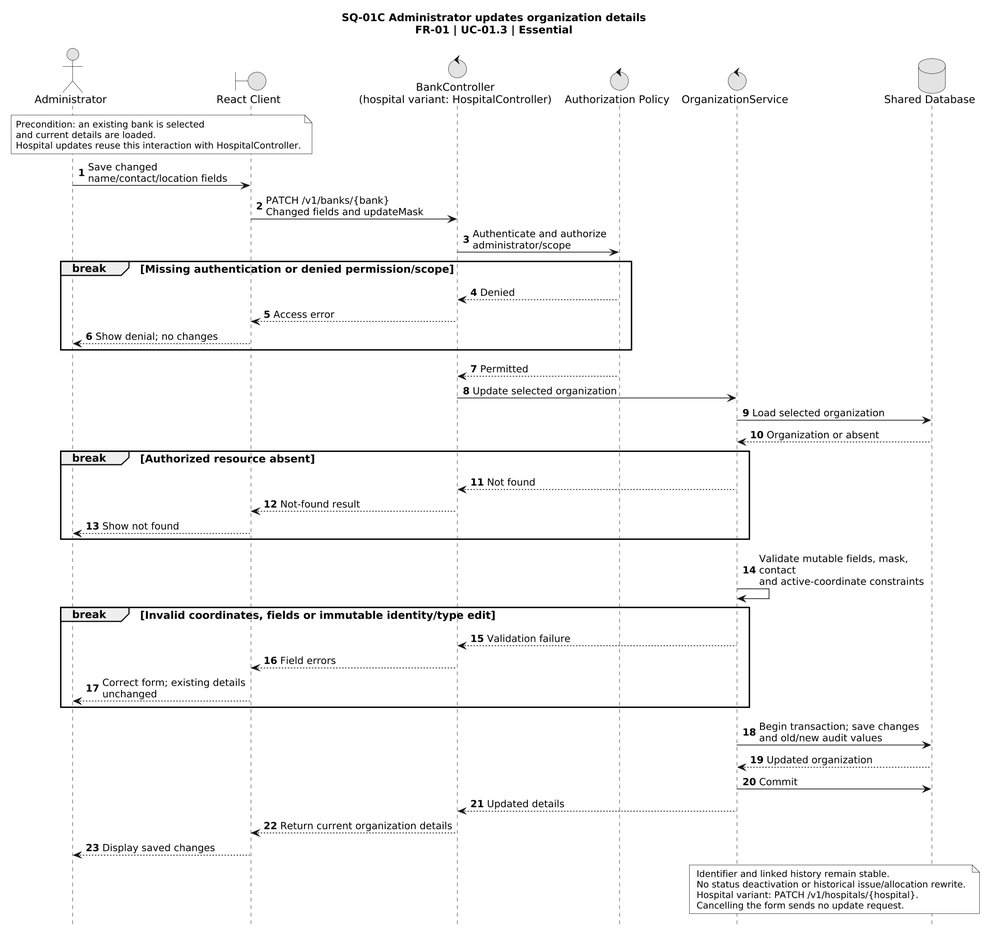
The PlantUML diagram docs/uml/Sequence/SQ-01C-UpdateOrganization.png in TitanDevX/BloodBankPlatformUni, before a commit.
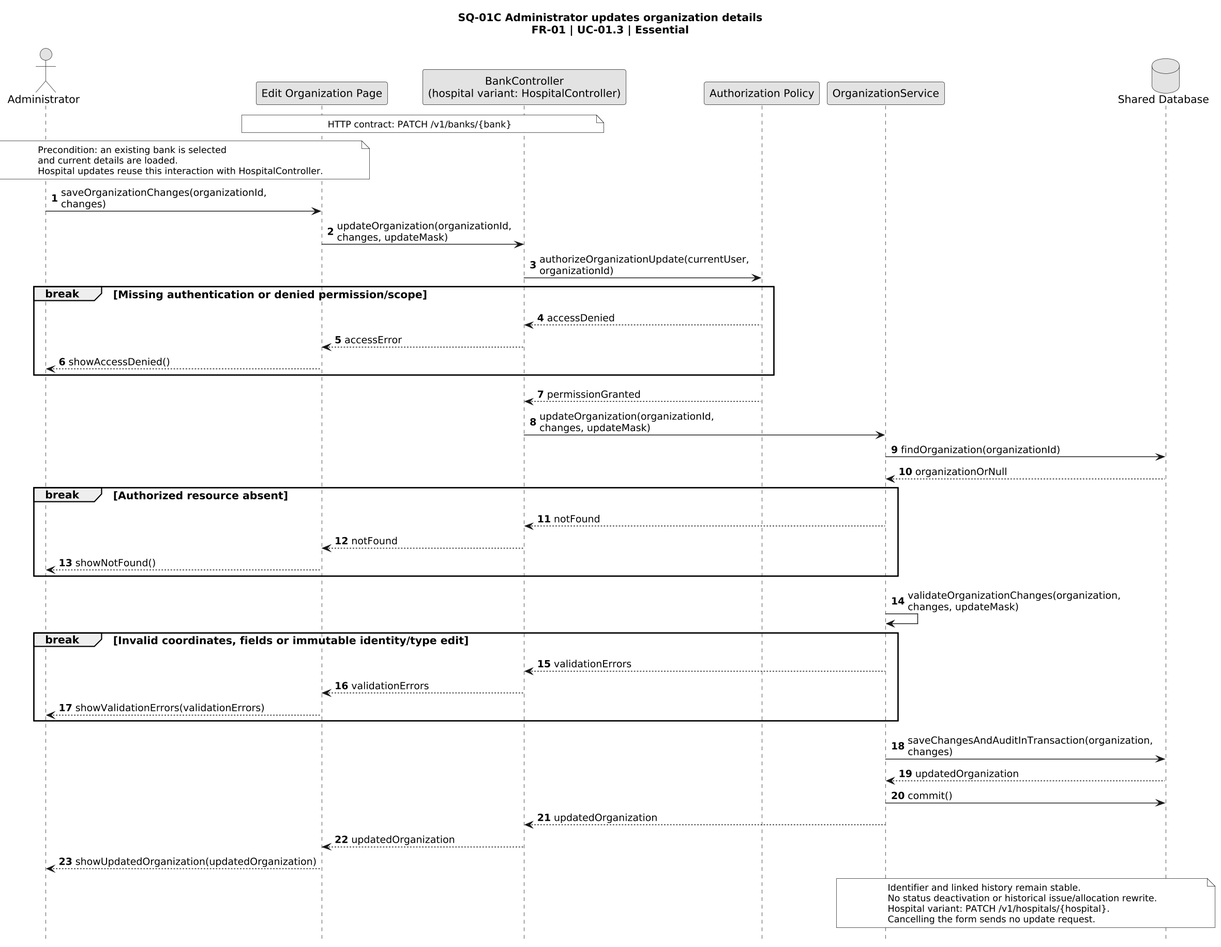
After the change.

The edit, as a diff of the source:
```diff
@@ -11,45 +11,48 @@
 skinparam maxMessageSize 240
 autonumber
 actor Administrator as Admin
-boundary "React Client" as Client
-control "BankController\n(hospital variant: HospitalController)" as Ctrl
-control "Authorization Policy" as Policy
-control "OrganizationService" as Svc
+participant "Edit Organization Page" as Client
+participant "BankController\n(hospital variant: HospitalController)" as Ctrl
+participant "Authorization Policy" as Policy
+participant "OrganizationService" as Svc
 database "Shared Database" as DB
+note over Client, Ctrl
+ HTTP contract: PATCH /v1/banks/{bank}
+end note
 note over Admin, Client
  Precondition: an existing bank is selected
  and current details are loaded.
  Hospital updates reuse this interaction with HospitalController.
 end note
-Admin -> Client: Save changed name/contact/location fields
-Client -> Ctrl: PATCH /v1/banks/{bank}\nChanged fields and updateMask
-Ctrl -> Policy: Authenticate and authorize administrator/scope
+Admin -> Client: saveOrganizationChanges(organizationId, changes)
+Client -> Ctrl: updateOrganization(organizationId, changes, updateMask)
+Ctrl -> Policy: authorizeOrganizationUpdate(currentUser, organizationId)
 break Missing authentication or denied permission/scope
- Policy --> Ctrl: Denied
- Ctrl --> Client: Access error
- Client --> Admin: Show denial; no changes
+ Policy --> Ctrl: accessDenied
+ Ctrl --> Client: accessError
+ Client --> Admin: showAccessDenied()
 end
-Policy --> Ctrl: Permitted
-Ctrl -> Svc: Update selected organization
-Svc -> DB: Load selected organization
-DB --> Svc: Organization or absent
+Policy --> Ctrl: permissionGranted
+Ctrl -> Svc: updateOrganization(organizationId, changes, updateMask)
+Svc -> DB: findOrganization(organizationId)
+DB --> Svc: organizationOrNull
 break Authorized resource absent
- Svc --> Ctrl: Not found
- Ctrl --> Client: Not-found result
- Client --> Admin: Show not found
+ Svc --> Ctrl: notFound
+ Ctrl --> Client: notFound
+ Client --> Admin: showNotFound()
 end
-Svc -> Svc: Validate mutable fields, mask, contact\nand active-coordinate constraints
+Svc -> Svc: validateOrganizationChanges(organization, changes, updateMask)
 break Invalid coordinates, fields or immutable identity/type edit
- Svc --> Ctrl: Validation failure
- Ctrl --> Client: Field errors
- Client --> Admin: Correct form; existing details unchanged
+ Svc --> Ctrl: validationErrors
+ Ctrl --> Client: validationErrors
+ Client --> Admin: showValidationErrors(validationErrors)
 end
-Svc -> DB: Begin transaction; save changes\nand old/new audit values
-DB --> Svc: Updated organization
-Svc -> DB: Commit
-Svc --> Ctrl: Updated details
-Ctrl --> Client: Return current organization details
-Client --> Admin: Display saved changes
+Svc -> DB: saveChangesAndAuditInTransaction(organization, changes)
+DB --> Svc: updatedOrganization
+Svc -> DB: commit()
+Svc --> Ctrl: updatedOrganization
+Ctrl --> Client: updatedOrganization
+Client --> Admin: showUpdatedOrganization(updatedOrganization)
 note over Svc, DB
  Identifier and linked history remain stable.
  No status deactivation or historical issue/allocation rewrite.
```
